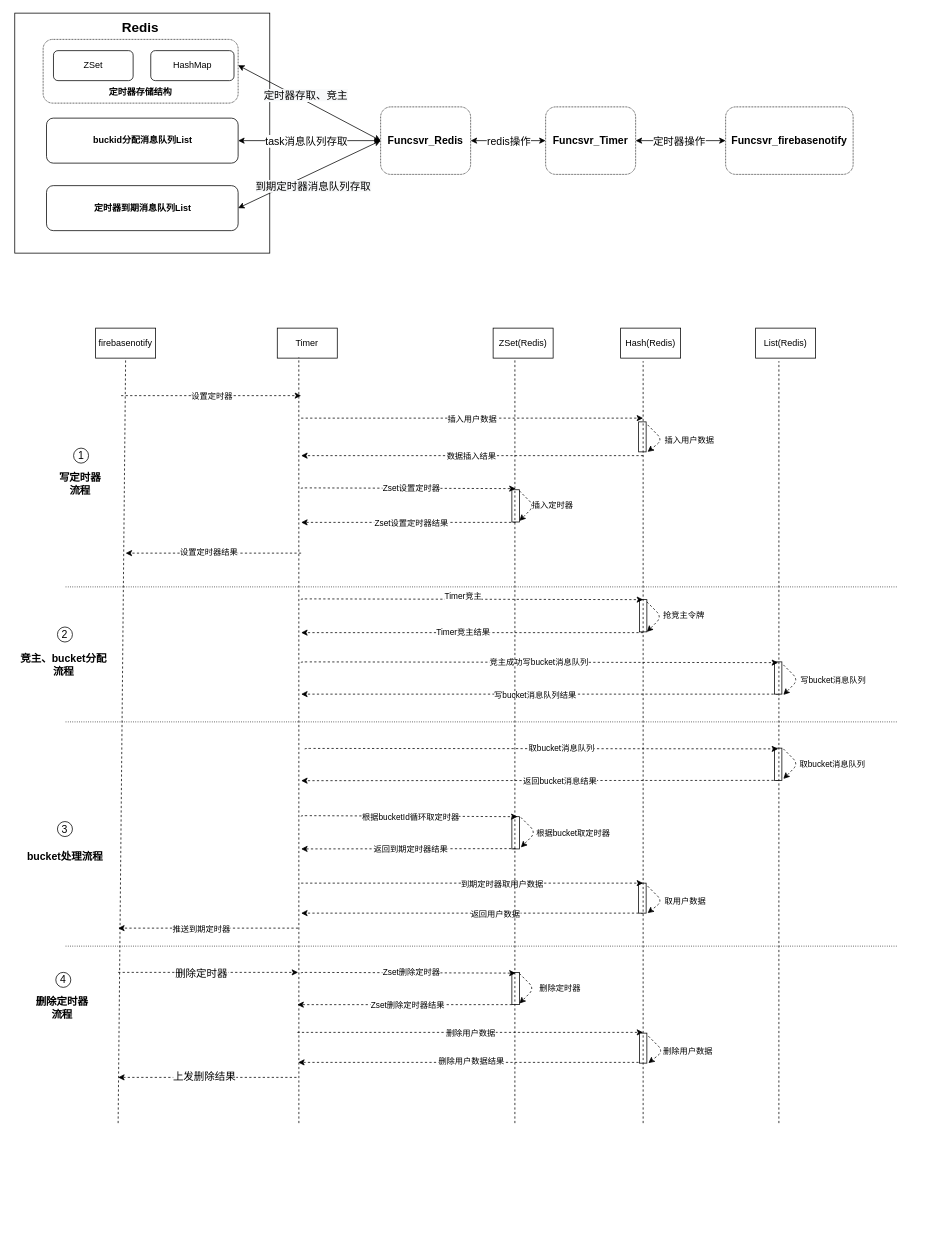
Earlier version of the draw.io diagram page "总图" (1 of 8) of timer.drawio (mbabby/draw.io.file). Source tidied: cells renumbered, new cells numbered last; positions are measured from the earlier drawing's top-left corner, leaving out a move shared by most shapes. Both pictures are drawn from the tidied source at 75%, with x=0, y=0 at pixel (14, 13).
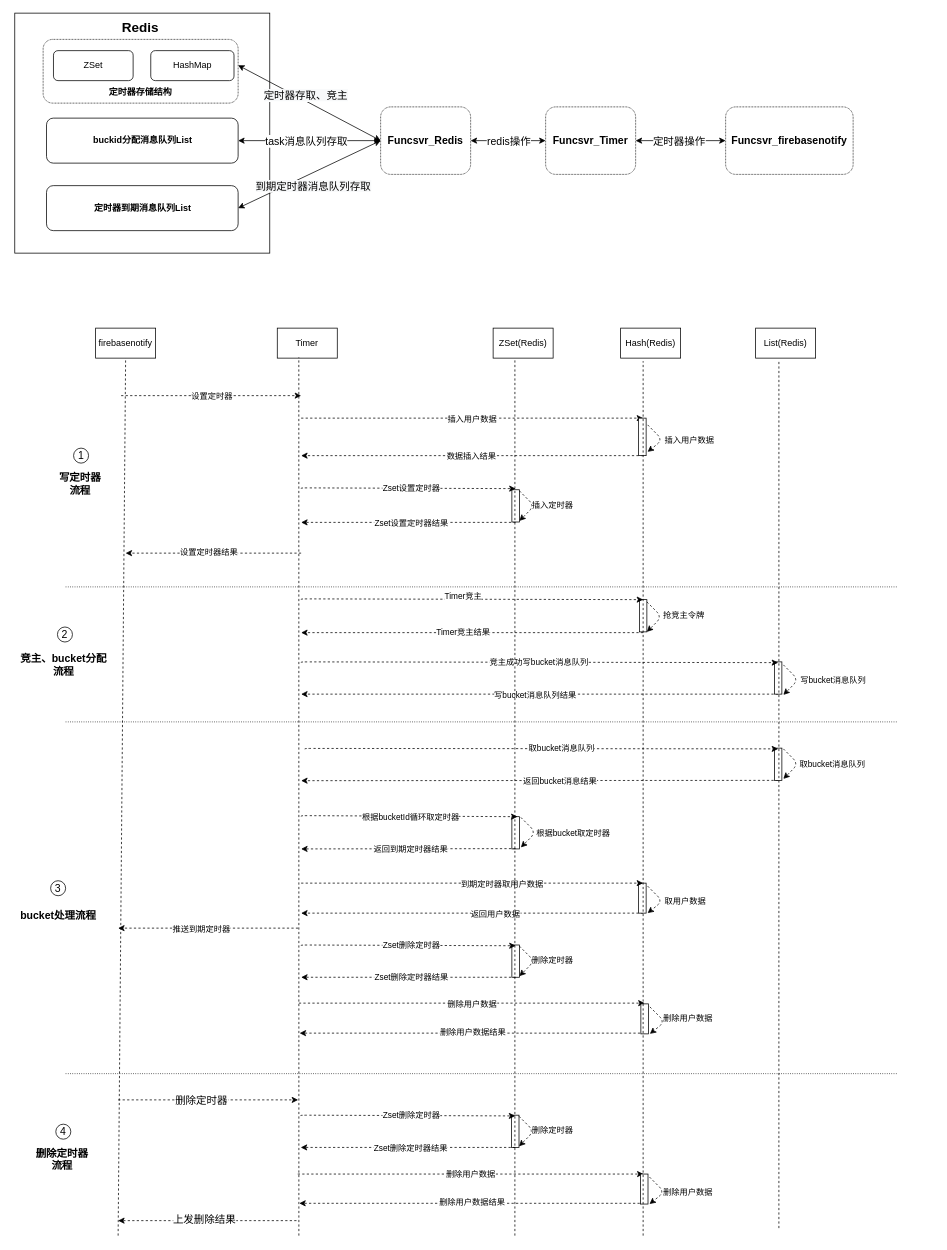
Above is the later version.

The change refers to these unchanged cells:
```xml
<mxCell id="24" value="firebasenotify" style="rounded=0;whiteSpace=wrap;html=1;" parent="1" vertex="1">
  <mxGeometry x="108" y="420" width="80" height="40" as="geometry" />
</mxCell>
<mxCell id="26" value="Timer" style="rounded=0;whiteSpace=wrap;html=1;" parent="1" vertex="1">
  <mxGeometry x="350.2" y="420" width="80" height="40" as="geometry" />
</mxCell>
<mxCell id="27" value="ZSet(Redis)" style="rounded=0;whiteSpace=wrap;html=1;" parent="1" vertex="1">
  <mxGeometry x="638" y="420" width="80" height="40" as="geometry" />
</mxCell>
<mxCell id="65" value="Hash(Redis)" style="rounded=0;whiteSpace=wrap;html=1;" parent="1" vertex="1">
  <mxGeometry x="808" y="420" width="80" height="40" as="geometry" />
</mxCell>
<mxCell id="66" value="List(Redis)" style="rounded=0;whiteSpace=wrap;html=1;" parent="1" vertex="1">
  <mxGeometry x="988" y="420" width="80" height="40" as="geometry" />
</mxCell>
```

Change to the diagram source:
```diff
@@
     <mxCell id="25" style="endArrow=none;dashed=1;html=1;entryX=0.5;entryY=1;entryDx=0;entryDy=0;" parent="1" edge="1" target="24">
       <mxGeometry relative="1" as="geometry">
-        <mxPoint x="138" y="1480" as="sourcePoint" />
+        <mxPoint x="138" y="1630" as="sourcePoint" />
       </mxGeometry>
     </mxCell>
@@
     <mxCell id="28" style="endArrow=none;dashed=1;html=1;entryX=0.359;entryY=0.975;entryDx=0;entryDy=0;entryPerimeter=0;" parent="1" edge="1" target="26">
       <mxGeometry relative="1" as="geometry">
-        <mxPoint x="379" y="1480" as="sourcePoint" />
+        <mxPoint x="379" y="1630" as="sourcePoint" />
       </mxGeometry>
     </mxCell>
@@
     <mxCell id="64" value="3" style="ellipse;whiteSpace=wrap;html=1;fontSize=14;align=center;" parent="1" vertex="1">
-      <mxGeometry x="57.1" y="1077.9" width="20" height="20" as="geometry" />
+      <mxGeometry x="48" y="1156.8" width="20" height="20" as="geometry" />
     </mxCell>
@@
     <mxCell id="67" style="endArrow=none;dashed=1;html=1;entryX=0.388;entryY=1.1;entryDx=0;entryDy=0;startArrow=none;entryPerimeter=0;" parent="1" edge="1" target="66">
       <mxGeometry relative="1" as="geometry">
-        <mxPoint x="1019" y="1480" as="sourcePoint" />
+        <mxPoint x="1019" y="1620" as="sourcePoint" />
       </mxGeometry>
     </mxCell>
@@
     <mxCell id="70" style="line;strokeWidth=1;html=1;fontSize=14;align=center;dashed=1;dashPattern=1 2;" parent="1" vertex="1">
-      <mxGeometry x="68" y="1239" width="1110" height="10" as="geometry" />
+      <mxGeometry x="68" y="1409" width="1110" height="10" as="geometry" />
     </mxCell>
@@
     <mxCell id="73" value="&lt;b&gt;bucket处理流程&lt;/b&gt;" style="text;html=1;align=center;verticalAlign=middle;strokeColor=none;fillColor=none;fontSize=14;" parent="1" vertex="1">
-      <mxGeometry x="7.1" y="1114.4" width="120" height="20" as="geometry" />
+      <mxGeometry x="-2" y="1193.2" width="120" height="20" as="geometry" />
     </mxCell>
@@
     <mxCell id="84" style="rounded=0;whiteSpace=wrap;html=1;" parent="1" vertex="1">
-      <mxGeometry x="663" y="1279" width="10" height="43" as="geometry" />
+      <mxGeometry x="663" y="1242.5" width="10" height="43" as="geometry" />
     </mxCell>
     <mxCell id="85" style="endArrow=classic;html=1;dashed=1;" parent="1" edge="1">
       <mxGeometry relative="1" as="geometry">
-        <mxPoint x="138" y="1279" as="sourcePoint" />
-        <mxPoint x="378" y="1279" as="targetPoint" />
+        <mxPoint x="138" y="1449" as="sourcePoint" />
+        <mxPoint x="378" y="1449" as="targetPoint" />
         <Array as="points">
-          <mxPoint x="258" y="1279" />
+          <mxPoint x="258" y="1449" />
         </Array>
       </mxGeometry>
     </mxCell>
@@
     <mxCell id="87" style="endArrow=classic;html=1;dashed=1;" parent="1" edge="1">
       <mxGeometry relative="1" as="geometry">
-        <mxPoint x="382" y="1280" as="sourcePoint" />
-        <mxPoint x="668" y="1280" as="targetPoint" />
+        <mxPoint x="382" y="1243.5" as="sourcePoint" />
+        <mxPoint x="668" y="1243.5" as="targetPoint" />
         <Array as="points">
-          <mxPoint x="382" y="1279" />
+          <mxPoint x="382" y="1242.5" />
         </Array>
       </mxGeometry>
     </mxCell>
@@
     <mxCell id="89" style="endArrow=classic;html=1;dashed=1;" parent="1" edge="1">
       <mxGeometry relative="1" as="geometry">
-        <mxPoint x="375.8" y="1419" as="sourcePoint" />
-        <mxPoint x="138" y="1419" as="targetPoint" />
+        <mxPoint x="375.8" y="1610" as="sourcePoint" />
+        <mxPoint x="138" y="1610" as="targetPoint" />
       </mxGeometry>
     </mxCell>
     <mxCell id="90" style="endArrow=classic;html=1;dashed=1;" parent="1" edge="1">
       <mxGeometry relative="1" as="geometry">
-        <mxPoint x="673" y="1280.5" as="sourcePoint" />
-        <mxPoint x="673" y="1320.5" as="targetPoint" />
+        <mxPoint x="673" y="1244" as="sourcePoint" />
+        <mxPoint x="673" y="1284" as="targetPoint" />
         <Array as="points">
-          <mxPoint x="693" y="1300.5" />
+          <mxPoint x="693" y="1264" />
         </Array>
       </mxGeometry>
     </mxCell>
     <mxCell id="91" value="&lt;div style=&quot;text-align: center&quot;&gt;&lt;font face=&quot;helvetica&quot;&gt;&lt;span style=&quot;font-size: 11px ; background-color: rgb(255 , 255 , 255)&quot;&gt;删除定时器&lt;/span&gt;&lt;/font&gt;&lt;/div&gt;" style="text;whiteSpace=wrap;html=1;" parent="1" vertex="1">
-      <mxGeometry x="698" y="1285.5" width="120" height="30" as="geometry" />
+      <mxGeometry x="688" y="1249" width="120" height="30" as="geometry" />
     </mxCell>
     <mxCell id="92" style="endArrow=classic;html=1;dashed=1;" parent="1" edge="1">
       <mxGeometry relative="1" as="geometry">
-        <mxPoint x="663" y="1322" as="sourcePoint" />
-        <mxPoint x="377" y="1322" as="targetPoint" />
+        <mxPoint x="668" y="1285.5" as="sourcePoint" />
+        <mxPoint x="382" y="1285.5" as="targetPoint" />
       </mxGeometry>
     </mxCell>
@@
     <mxCell id="94" value="4" style="ellipse;whiteSpace=wrap;html=1;fontSize=14;align=center;" parent="1" vertex="1">
-      <mxGeometry x="54.9" y="1279" width="20" height="20" as="geometry" />
+      <mxGeometry x="54.9" y="1481.4" width="20" height="20" as="geometry" />
     </mxCell>
     <mxCell id="95" value="&lt;b&gt;删除定时器&lt;br&gt;流程&lt;/b&gt;" style="text;html=1;align=center;verticalAlign=middle;strokeColor=none;fillColor=none;fontSize=14;" parent="1" vertex="1">
-      <mxGeometry x="18" y="1305.5" width="90" height="40" as="geometry" />
+      <mxGeometry x="18" y="1507.9" width="90" height="40" as="geometry" />
     </mxCell>
-    <mxCell id="96" style="endArrow=none;dashed=1;html=1;entryX=0.363;entryY=1;entryDx=0;entryDy=0;startArrow=none;entryPerimeter=0;" parent="1" edge="1" target="27">
-      <mxGeometry relative="1" as="geometry">
-        <mxPoint x="667" y="1480" as="sourcePoint" />
-      </mxGeometry>
-    </mxCell>
     <mxCell id="97" value="上发删除结果" style="edgeLabel;html=1;align=center;verticalAlign=middle;fontSize=14;" parent="1" vertex="1">
-      <mxGeometry x="248" y="1349" as="geometry">
+      <mxGeometry x="248" y="1540" as="geometry">
         <mxPoint x="4" y="68" as="offset" />
       </mxGeometry>
     </mxCell>
@@
     <mxCell id="102" style="endArrow=classic;html=1;dashed=1;" parent="1" edge="1">
       <mxGeometry relative="1" as="geometry">
-        <mxPoint x="377" y="1359" as="sourcePoint" />
-        <mxPoint x="838" y="1359" as="targetPoint" />
+        <mxPoint x="379" y="1320" as="sourcePoint" />
+        <mxPoint x="840" y="1320" as="targetPoint" />
       </mxGeometry>
     </mxCell>
@@
     <mxCell id="104" style="endArrow=classic;html=1;dashed=1;" parent="1" edge="1">
       <mxGeometry relative="1" as="geometry">
-        <mxPoint x="838" y="1399" as="sourcePoint" />
-        <mxPoint x="378" y="1399" as="targetPoint" />
+        <mxPoint x="840" y="1360" as="sourcePoint" />
+        <mxPoint x="380" y="1360" as="targetPoint" />
       </mxGeometry>
     </mxCell>
@@
     <mxCell id="110" style="rounded=0;whiteSpace=wrap;html=1;" parent="1" vertex="1">
-      <mxGeometry x="833" y="1360" width="10" height="40" as="geometry" />
+      <mxGeometry x="835" y="1321" width="10" height="40" as="geometry" />
     </mxCell>
     <mxCell id="111" style="endArrow=classic;html=1;dashed=1;" parent="1" edge="1">
       <mxGeometry relative="1" as="geometry">
-        <mxPoint x="845" y="1364" as="sourcePoint" />
-        <mxPoint x="845" y="1400" as="targetPoint" />
+        <mxPoint x="847" y="1325" as="sourcePoint" />
+        <mxPoint x="847" y="1361" as="targetPoint" />
         <Array as="points">
-          <mxPoint x="865" y="1384" />
+          <mxPoint x="867" y="1345" />
         </Array>
       </mxGeometry>
     </mxCell>
     <mxCell id="112" value="&lt;div style=&quot;text-align: center&quot;&gt;&lt;font face=&quot;helvetica&quot;&gt;&lt;span style=&quot;font-size: 11px ; background-color: rgb(255 , 255 , 255)&quot;&gt;删除用户数据&lt;/span&gt;&lt;/font&gt;&lt;/div&gt;" style="text;whiteSpace=wrap;html=1;" parent="1" vertex="1">
-      <mxGeometry x="863" y="1370" width="180" height="30" as="geometry" />
+      <mxGeometry x="863" y="1326" width="180" height="30" as="geometry" />
     </mxCell>
@@
     <mxCell id="114" style="rounded=0;whiteSpace=wrap;html=1;" parent="1" vertex="1">
-      <mxGeometry x="832" y="545" width="10" height="40" as="geometry" />
+      <mxGeometry x="832" y="540" width="10" height="50" as="geometry" />
     </mxCell>
@@
+    <mxCell id="117" style="rounded=0;whiteSpace=wrap;html=1;" parent="1" vertex="1">
+      <mxGeometry x="662.5" y="1469.4" width="10" height="43" as="geometry" />
+    </mxCell>
+    <mxCell id="118" style="endArrow=classic;html=1;dashed=1;" parent="1" edge="1">
+      <mxGeometry relative="1" as="geometry">
+        <mxPoint x="381.5" y="1470.4" as="sourcePoint" />
+        <mxPoint x="667.5" y="1470.4" as="targetPoint" />
+        <Array as="points">
+          <mxPoint x="381.5" y="1469.4" />
+        </Array>
+      </mxGeometry>
+    </mxCell>
+    <mxCell id="119" value="Zset删除定时器" style="edgeLabel;html=1;align=center;verticalAlign=middle;" parent="118" vertex="1">
+      <mxGeometry x="0.14" y="-1" relative="1" as="geometry">
+        <mxPoint x="-16" y="-2" as="offset" />
+      </mxGeometry>
+    </mxCell>
+    <mxCell id="120" style="endArrow=classic;html=1;dashed=1;" parent="1" edge="1">
+      <mxGeometry relative="1" as="geometry">
+        <mxPoint x="672.5" y="1470.9" as="sourcePoint" />
+        <mxPoint x="672.5" y="1510.9" as="targetPoint" />
+        <Array as="points">
+          <mxPoint x="692.5" y="1490.9" />
+        </Array>
+      </mxGeometry>
+    </mxCell>
+    <mxCell id="121" value="&lt;div style=&quot;text-align: center&quot;&gt;&lt;font face=&quot;helvetica&quot;&gt;&lt;span style=&quot;font-size: 11px ; background-color: rgb(255 , 255 , 255)&quot;&gt;删除定时器&lt;/span&gt;&lt;/font&gt;&lt;/div&gt;" style="text;whiteSpace=wrap;html=1;" parent="1" vertex="1">
+      <mxGeometry x="687.5" y="1475.9" width="120" height="30" as="geometry" />
+    </mxCell>
+    <mxCell id="122" style="endArrow=classic;html=1;dashed=1;" parent="1" edge="1">
+      <mxGeometry relative="1" as="geometry">
+        <mxPoint x="667.5" y="1512.4" as="sourcePoint" />
+        <mxPoint x="381.5" y="1512.4" as="targetPoint" />
+      </mxGeometry>
+    </mxCell>
+    <mxCell id="123" value="Zset删除定时器结果" style="edgeLabel;html=1;align=center;verticalAlign=middle;" parent="122" vertex="1">
+      <mxGeometry x="0.14" y="-1" relative="1" as="geometry">
+        <mxPoint x="23" y="1" as="offset" />
+      </mxGeometry>
+    </mxCell>
+    <mxCell id="124" style="endArrow=classic;html=1;dashed=1;" parent="1" edge="1">
+      <mxGeometry relative="1" as="geometry">
+        <mxPoint x="377.5" y="1547.9" as="sourcePoint" />
+        <mxPoint x="838.5" y="1547.9" as="targetPoint" />
+      </mxGeometry>
+    </mxCell>
+    <mxCell id="125" value="删除用户数据" style="edgeLabel;html=1;align=center;verticalAlign=middle;" parent="124" vertex="1">
+      <mxGeometry x="0.14" y="-1" relative="1" as="geometry">
+        <mxPoint x="-33" y="-1" as="offset" />
+      </mxGeometry>
+    </mxCell>
+    <mxCell id="126" style="endArrow=classic;html=1;dashed=1;" parent="1" edge="1">
+      <mxGeometry relative="1" as="geometry">
+        <mxPoint x="839.5" y="1586.9" as="sourcePoint" />
+        <mxPoint x="379.5" y="1586.9" as="targetPoint" />
+      </mxGeometry>
+    </mxCell>
+    <mxCell id="127" value="删除用户数据结果" style="edgeLabel;html=1;align=center;verticalAlign=middle;" parent="126" vertex="1">
+      <mxGeometry x="0.14" y="-1" relative="1" as="geometry">
+        <mxPoint x="32" y="-1" as="offset" />
+      </mxGeometry>
+    </mxCell>
+    <mxCell id="128" style="rounded=0;whiteSpace=wrap;html=1;" parent="1" vertex="1">
+      <mxGeometry x="834.5" y="1547.9" width="10" height="40" as="geometry" />
+    </mxCell>
+    <mxCell id="129" style="endArrow=classic;html=1;dashed=1;" parent="1" edge="1">
+      <mxGeometry relative="1" as="geometry">
+        <mxPoint x="846.5" y="1551.9" as="sourcePoint" />
+        <mxPoint x="846.5" y="1587.9" as="targetPoint" />
+        <Array as="points">
+          <mxPoint x="866.5" y="1571.9" />
+        </Array>
+      </mxGeometry>
+    </mxCell>
+    <mxCell id="96" style="endArrow=none;dashed=1;html=1;entryX=0.363;entryY=1;entryDx=0;entryDy=0;startArrow=none;entryPerimeter=0;" parent="1" edge="1" target="27">
+      <mxGeometry relative="1" as="geometry">
+        <mxPoint x="667" y="1630" as="sourcePoint" />
+      </mxGeometry>
+    </mxCell>
     <mxCell id="116" style="endArrow=none;dashed=1;html=1;entryX=0.375;entryY=1.1;entryDx=0;entryDy=0;startArrow=none;entryPerimeter=0;" parent="1" edge="1" target="65">
       <mxGeometry relative="1" as="geometry">
-        <mxPoint x="838" y="1480" as="sourcePoint" />
+        <mxPoint x="838" y="1630" as="sourcePoint" />
       </mxGeometry>
     </mxCell>
+    <mxCell id="130" value="&lt;div style=&quot;text-align: center&quot;&gt;&lt;font face=&quot;helvetica&quot;&gt;&lt;span style=&quot;font-size: 11px ; background-color: rgb(255 , 255 , 255)&quot;&gt;删除用户数据&lt;/span&gt;&lt;/font&gt;&lt;/div&gt;" style="text;whiteSpace=wrap;html=1;" parent="1" vertex="1">
+      <mxGeometry x="863" y="1557.9" width="180" height="30" as="geometry" />
+    </mxCell>
```
